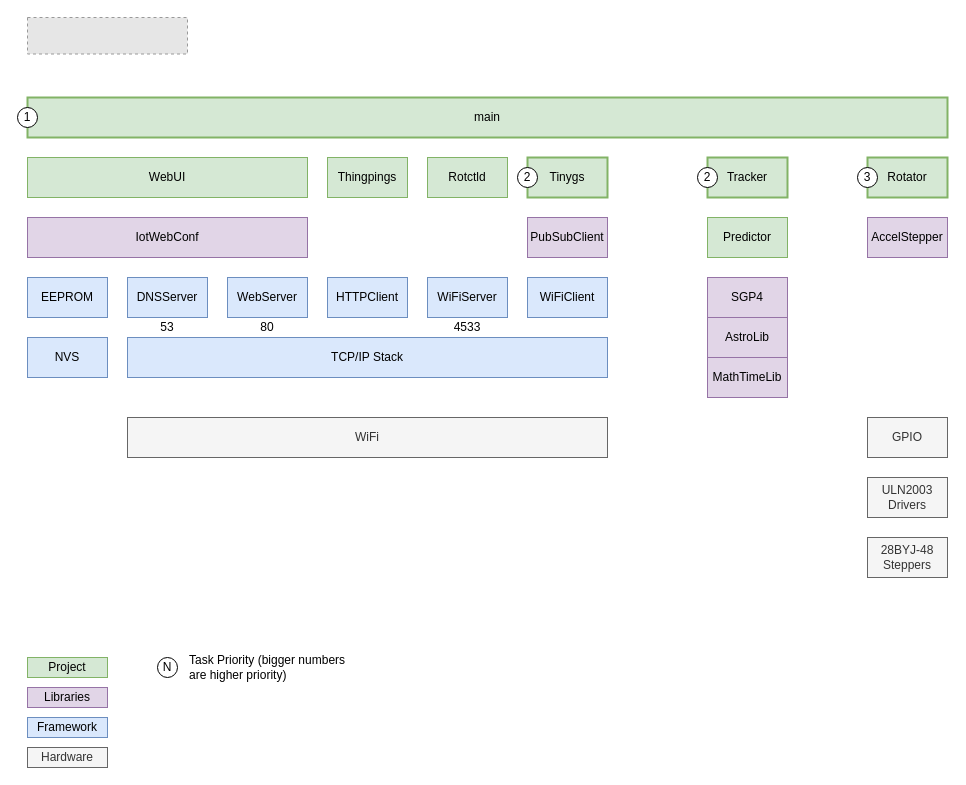
Before: assets/architecture.drawio in mdkendall/Orbitrakr, a draw.io diagram. Source tidied: cells renumbered, new cells numbered last; positions are measured from the earlier drawing's top-left corner, leaving out a move shared by most shapes. Both pictures are drawn from the tidied source at 100%, with x=0, y=0 at pixel (17, 17). Pictures stored in the file or linked from it are replaced by grey dashed boxes.
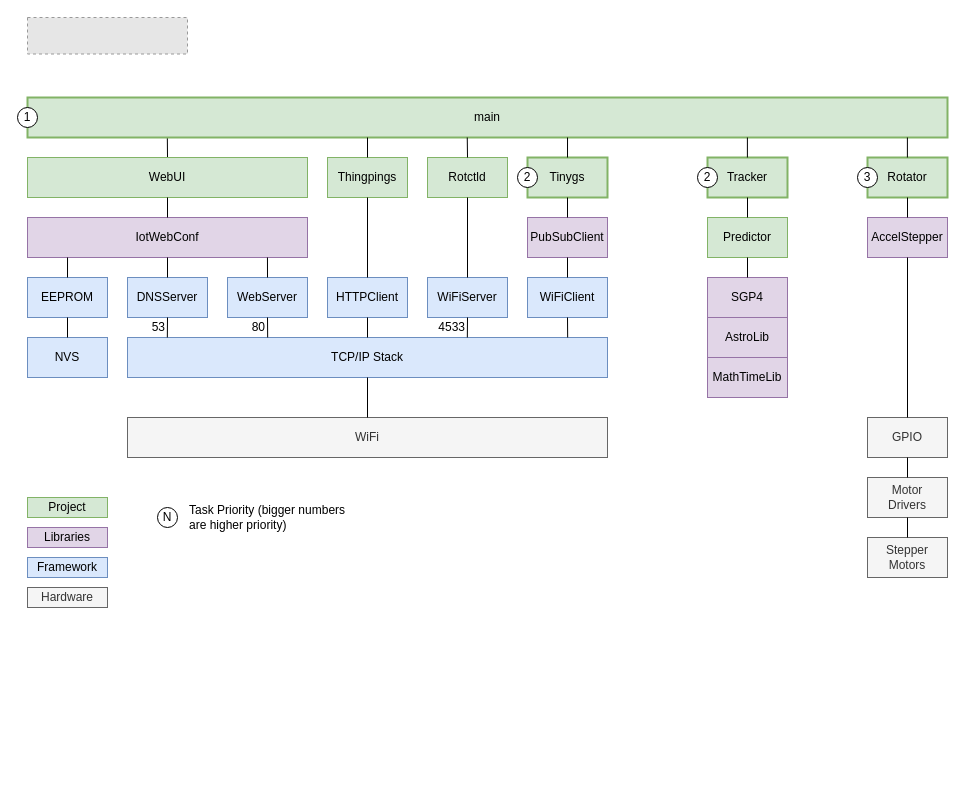
The same page after the edit.

The change refers to these unchanged cells:
```xml
<mxCell id="2" value="main" style="rounded=0;whiteSpace=wrap;html=1;fillColor=#d5e8d4;strokeColor=#82b366;strokeWidth=2;" parent="1" vertex="1">
  <mxGeometry x="10" y="80" width="920" height="40" as="geometry" />
</mxCell>
<mxCell id="3" value="WebUI" style="rounded=0;whiteSpace=wrap;html=1;fillColor=#d5e8d4;strokeColor=#82b366;" parent="1" vertex="1">
  <mxGeometry x="10" y="140" width="280" height="40" as="geometry" />
</mxCell>
<mxCell id="4" value="IotWebConf" style="rounded=0;whiteSpace=wrap;html=1;fillColor=#e1d5e7;strokeColor=#9673a6;" parent="1" vertex="1">
  <mxGeometry x="10" y="200" width="280" height="40" as="geometry" />
</mxCell>
<mxCell id="5" value="DNSServer" style="rounded=0;whiteSpace=wrap;html=1;fillColor=#dae8fc;strokeColor=#6c8ebf;" parent="1" vertex="1">
  <mxGeometry x="110" y="260" width="80" height="40" as="geometry" />
</mxCell>
<mxCell id="6" value="WebServer" style="rounded=0;whiteSpace=wrap;html=1;fillColor=#dae8fc;strokeColor=#6c8ebf;" parent="1" vertex="1">
  <mxGeometry x="210" y="260" width="80" height="40" as="geometry" />
</mxCell>
<mxCell id="8" value="WiFi" style="rounded=0;whiteSpace=wrap;html=1;fillColor=#f5f5f5;strokeColor=#666666;fontColor=#333333;" parent="1" vertex="1">
  <mxGeometry x="110" y="400" width="480" height="40" as="geometry" />
</mxCell>
<mxCell id="9" value="TCP/IP Stack" style="rounded=0;whiteSpace=wrap;html=1;fillColor=#dae8fc;strokeColor=#6c8ebf;" parent="1" vertex="1">
  <mxGeometry x="110" y="320" width="480" height="40" as="geometry" />
</mxCell>
<mxCell id="12" value="GPIO" style="rounded=0;whiteSpace=wrap;html=1;fillColor=#f5f5f5;strokeColor=#666666;fontColor=#333333;" parent="1" vertex="1">
  <mxGeometry x="850" y="400" width="80" height="40" as="geometry" />
</mxCell>
<mxCell id="13" value="AccelStepper" style="rounded=0;whiteSpace=wrap;html=1;fillColor=#e1d5e7;strokeColor=#9673a6;" parent="1" vertex="1">
  <mxGeometry x="850" y="200" width="80" height="40" as="geometry" />
</mxCell>
<mxCell id="14" value="Rotator" style="rounded=0;whiteSpace=wrap;html=1;fillColor=#d5e8d4;strokeColor=#82b366;strokeWidth=2;" parent="1" vertex="1">
  <mxGeometry x="850" y="140" width="80" height="40" as="geometry" />
</mxCell>
<mxCell id="19" value="Rotctld" style="rounded=0;whiteSpace=wrap;html=1;fillColor=#d5e8d4;strokeColor=#82b366;" parent="1" vertex="1">
  <mxGeometry x="410" y="140" width="80" height="40" as="geometry" />
</mxCell>
<mxCell id="20" value="WiFiServer" style="rounded=0;whiteSpace=wrap;html=1;fillColor=#dae8fc;strokeColor=#6c8ebf;" parent="1" vertex="1">
  <mxGeometry x="410" y="260" width="80" height="40" as="geometry" />
</mxCell>
<mxCell id="24" value="SGP4" style="rounded=0;whiteSpace=wrap;html=1;fillColor=#e1d5e7;strokeColor=#9673a6;" parent="1" vertex="1">
  <mxGeometry x="690" y="260" width="80" height="40" as="geometry" />
</mxCell>
<mxCell id="25" value="Predictor" style="rounded=0;whiteSpace=wrap;html=1;fillColor=#d5e8d4;strokeColor=#82b366;" parent="1" vertex="1">
  <mxGeometry x="690" y="200" width="80" height="40" as="geometry" />
</mxCell>
<mxCell id="26" value="Thingpings" style="rounded=0;whiteSpace=wrap;html=1;fillColor=#d5e8d4;strokeColor=#82b366;" parent="1" vertex="1">
  <mxGeometry x="310" y="140" width="80" height="40" as="geometry" />
</mxCell>
<mxCell id="27" value="HTTPClient" style="rounded=0;whiteSpace=wrap;html=1;fillColor=#dae8fc;strokeColor=#6c8ebf;" parent="1" vertex="1">
  <mxGeometry x="310" y="260" width="80" height="40" as="geometry" />
</mxCell>
<mxCell id="28" value="Tracker" style="rounded=0;whiteSpace=wrap;html=1;fillColor=#d5e8d4;strokeColor=#82b366;strokeWidth=2;" parent="1" vertex="1">
  <mxGeometry x="690" y="140" width="80" height="40" as="geometry" />
</mxCell>
<mxCell id="32" value="EEPROM" style="rounded=0;whiteSpace=wrap;html=1;fillColor=#dae8fc;strokeColor=#6c8ebf;" parent="1" vertex="1">
  <mxGeometry x="10" y="260" width="80" height="40" as="geometry" />
</mxCell>
<mxCell id="33" value="NVS" style="rounded=0;whiteSpace=wrap;html=1;fillColor=#dae8fc;strokeColor=#6c8ebf;" parent="1" vertex="1">
  <mxGeometry x="10" y="320" width="80" height="40" as="geometry" />
</mxCell>
<mxCell id="37" value="Tinygs" style="rounded=0;whiteSpace=wrap;html=1;fillColor=#d5e8d4;strokeColor=#82b366;strokeWidth=2;" parent="1" vertex="1">
  <mxGeometry x="510" y="140" width="80" height="40" as="geometry" />
</mxCell>
<mxCell id="39" value="PubSubClient" style="rounded=0;whiteSpace=wrap;html=1;fillColor=#e1d5e7;strokeColor=#9673a6;" parent="1" vertex="1">
  <mxGeometry x="510" y="200" width="80" height="40" as="geometry" />
</mxCell>
<mxCell id="40" value="WiFiClient" style="rounded=0;whiteSpace=wrap;html=1;fillColor=#dae8fc;strokeColor=#6c8ebf;" parent="1" vertex="1">
  <mxGeometry x="510" y="260" width="80" height="40" as="geometry" />
</mxCell>
```

The edit, as a diff of the source:
```diff
@@
+    <mxCell id="42" style="endArrow=none;html=1;rounded=0;entryX=0.5;entryY=0;entryDx=0;entryDy=0;exitX=0.152;exitY=1;exitDx=0;exitDy=0;exitPerimeter=0;" parent="1" edge="1" source="2" target="3">
+      <mxGeometry relative="1" as="geometry" />
+    </mxCell>
@@
-    <mxCell id="10" value="ULN2003 Drivers" style="rounded=0;whiteSpace=wrap;html=1;fillColor=#f5f5f5;strokeColor=#666666;fontColor=#333333;" parent="1" vertex="1">
+    <mxCell id="10" value="Motor&lt;br&gt;Drivers" style="rounded=0;whiteSpace=wrap;html=1;fillColor=#f5f5f5;strokeColor=#666666;fontColor=#333333;" parent="1" vertex="1">
       <mxGeometry x="850" y="460" width="80" height="40" as="geometry" />
     </mxCell>
-    <mxCell id="11" value="28BYJ-48 Steppers" style="rounded=0;whiteSpace=wrap;html=1;fillColor=#f5f5f5;strokeColor=#666666;fontColor=#333333;" parent="1" vertex="1">
+    <mxCell id="11" value="Stepper&lt;br&gt;Motors" style="rounded=0;whiteSpace=wrap;html=1;fillColor=#f5f5f5;strokeColor=#666666;fontColor=#333333;" parent="1" vertex="1">
       <mxGeometry x="850" y="520" width="80" height="40" as="geometry" />
     </mxCell>
@@
     <mxCell id="15" value="Project" style="text;html=1;strokeColor=#82b366;fillColor=#d5e8d4;align=center;verticalAlign=middle;whiteSpace=wrap;rounded=0;" parent="1" vertex="1">
-      <mxGeometry x="10" y="640" width="80" height="20" as="geometry" />
+      <mxGeometry x="10" y="480" width="80" height="20" as="geometry" />
     </mxCell>
     <mxCell id="16" value="Libraries" style="text;html=1;strokeColor=#9673a6;fillColor=#e1d5e7;align=center;verticalAlign=middle;whiteSpace=wrap;rounded=0;" parent="1" vertex="1">
-      <mxGeometry x="10" y="670" width="80" height="20" as="geometry" />
+      <mxGeometry x="10" y="510" width="80" height="20" as="geometry" />
     </mxCell>
     <mxCell id="17" value="Framework" style="text;html=1;strokeColor=#6c8ebf;fillColor=#dae8fc;align=center;verticalAlign=middle;whiteSpace=wrap;rounded=0;" parent="1" vertex="1">
-      <mxGeometry x="10" y="700" width="80" height="20" as="geometry" />
+      <mxGeometry x="10" y="540" width="80" height="20" as="geometry" />
     </mxCell>
     <mxCell id="18" value="Hardware" style="text;html=1;strokeColor=#666666;fillColor=#f5f5f5;align=center;verticalAlign=middle;whiteSpace=wrap;rounded=0;fontColor=#333333;" parent="1" vertex="1">
-      <mxGeometry x="10" y="730" width="80" height="20" as="geometry" />
+      <mxGeometry x="10" y="570" width="80" height="20" as="geometry" />
     </mxCell>
@@
-    <mxCell id="21" value="80" style="text;html=1;strokeColor=none;fillColor=none;align=center;verticalAlign=middle;whiteSpace=wrap;rounded=0;" parent="1" vertex="1">
-      <mxGeometry x="230" y="300" width="40" height="20" as="geometry" />
+    <mxCell id="21" value="80" style="text;html=1;strokeColor=none;fillColor=none;align=right;verticalAlign=middle;whiteSpace=wrap;rounded=0;" parent="1" vertex="1">
+      <mxGeometry x="210" y="300" width="40" height="20" as="geometry" />
     </mxCell>
-    <mxCell id="22" value="4533" style="text;html=1;strokeColor=none;fillColor=none;align=center;verticalAlign=middle;whiteSpace=wrap;rounded=0;" parent="1" vertex="1">
-      <mxGeometry x="430" y="300" width="40" height="20" as="geometry" />
+    <mxCell id="22" value="4533" style="text;html=1;strokeColor=none;fillColor=none;align=right;verticalAlign=middle;whiteSpace=wrap;rounded=0;" parent="1" vertex="1">
+      <mxGeometry x="410" y="300" width="40" height="20" as="geometry" />
     </mxCell>
-    <mxCell id="23" value="53" style="text;html=1;strokeColor=none;fillColor=none;align=center;verticalAlign=middle;whiteSpace=wrap;rounded=0;" parent="1" vertex="1">
-      <mxGeometry x="130" y="300" width="40" height="20" as="geometry" />
+    <mxCell id="23" value="53" style="text;html=1;strokeColor=none;fillColor=none;align=right;verticalAlign=middle;whiteSpace=wrap;rounded=0;" parent="1" vertex="1">
+      <mxGeometry x="110" y="300" width="40" height="20" as="geometry" />
     </mxCell>
@@
     <mxCell id="35" value="N" style="ellipse;whiteSpace=wrap;html=1;" parent="1" vertex="1">
-      <mxGeometry x="140" y="640" width="20" height="20" as="geometry" />
+      <mxGeometry x="140" y="490" width="20" height="20" as="geometry" />
     </mxCell>
     <mxCell id="36" value="Task Priority (bigger numbers are higher priority)" style="text;html=1;strokeColor=none;fillColor=none;align=left;verticalAlign=middle;whiteSpace=wrap;rounded=0;" parent="1" vertex="1">
-      <mxGeometry x="170" y="630" width="160" height="40" as="geometry" />
+      <mxGeometry x="170" y="480" width="160" height="40" as="geometry" />
     </mxCell>
@@
+    <mxCell id="43" style="endArrow=none;html=1;rounded=0;entryX=0.5;entryY=1;entryDx=0;entryDy=0;exitX=0.5;exitY=0;exitDx=0;exitDy=0;" parent="1" edge="1" source="4" target="3">
+      <mxGeometry relative="1" as="geometry" />
+    </mxCell>
+    <mxCell id="44" style="endArrow=none;html=1;rounded=0;exitX=0.5;exitY=0;exitDx=0;exitDy=0;entryX=0.143;entryY=1;entryDx=0;entryDy=0;entryPerimeter=0;" parent="1" edge="1" source="32" target="4">
+      <mxGeometry relative="1" as="geometry" />
+    </mxCell>
+    <mxCell id="45" style="endArrow=none;html=1;rounded=0;entryX=0.5;entryY=1;entryDx=0;entryDy=0;exitX=0.5;exitY=0;exitDx=0;exitDy=0;" parent="1" edge="1" source="5" target="4">
+      <mxGeometry relative="1" as="geometry" />
+    </mxCell>
+    <mxCell id="46" style="endArrow=none;html=1;rounded=0;entryX=0.857;entryY=1;entryDx=0;entryDy=0;exitX=0.5;exitY=0;exitDx=0;exitDy=0;entryPerimeter=0;" parent="1" edge="1" source="6" target="4">
+      <mxGeometry relative="1" as="geometry" />
+    </mxCell>
+    <mxCell id="47" style="endArrow=none;html=1;rounded=0;exitX=0.5;exitY=0;exitDx=0;exitDy=0;entryX=0.5;entryY=1;entryDx=0;entryDy=0;" parent="1" edge="1" source="33" target="32">
+      <mxGeometry relative="1" as="geometry" />
+    </mxCell>
+    <mxCell id="48" style="endArrow=none;html=1;rounded=0;entryX=0.5;entryY=1;entryDx=0;entryDy=0;exitX=0.083;exitY=0;exitDx=0;exitDy=0;exitPerimeter=0;" parent="1" edge="1" source="9" target="5">
+      <mxGeometry relative="1" as="geometry" />
+    </mxCell>
+    <mxCell id="49" style="endArrow=none;html=1;rounded=0;entryX=0.5;entryY=1;entryDx=0;entryDy=0;exitX=0.292;exitY=0;exitDx=0;exitDy=0;exitPerimeter=0;" parent="1" edge="1" source="9" target="6">
+      <mxGeometry relative="1" as="geometry" />
+    </mxCell>
+    <mxCell id="50" style="endArrow=none;html=1;rounded=0;exitX=0.5;exitY=0;exitDx=0;exitDy=0;entryX=0.5;entryY=1;entryDx=0;entryDy=0;" parent="1" edge="1" source="9" target="27">
+      <mxGeometry relative="1" as="geometry" />
+    </mxCell>
+    <mxCell id="51" style="endArrow=none;html=1;rounded=0;exitX=0.708;exitY=0;exitDx=0;exitDy=0;exitPerimeter=0;entryX=0.5;entryY=1;entryDx=0;entryDy=0;" parent="1" edge="1" source="9" target="20">
+      <mxGeometry relative="1" as="geometry" />
+    </mxCell>
+    <mxCell id="52" style="endArrow=none;html=1;rounded=0;entryX=0.5;entryY=1;entryDx=0;entryDy=0;exitX=0.917;exitY=0;exitDx=0;exitDy=0;exitPerimeter=0;" parent="1" edge="1" source="9" target="40">
+      <mxGeometry relative="1" as="geometry" />
+    </mxCell>
+    <mxCell id="53" style="endArrow=none;html=1;rounded=0;entryX=0.5;entryY=0;entryDx=0;entryDy=0;exitX=0.5;exitY=1;exitDx=0;exitDy=0;" parent="1" edge="1" source="39" target="40">
+      <mxGeometry relative="1" as="geometry" />
+    </mxCell>
+    <mxCell id="54" style="endArrow=none;html=1;rounded=0;entryX=0.5;entryY=1;entryDx=0;entryDy=0;exitX=0.5;exitY=0;exitDx=0;exitDy=0;" parent="1" edge="1" source="39" target="37">
+      <mxGeometry relative="1" as="geometry" />
+    </mxCell>
+    <mxCell id="55" style="endArrow=none;html=1;rounded=0;entryX=0.5;entryY=1;entryDx=0;entryDy=0;exitX=0.5;exitY=0;exitDx=0;exitDy=0;" parent="1" edge="1" source="20" target="19">
+      <mxGeometry relative="1" as="geometry" />
+    </mxCell>
+    <mxCell id="56" style="endArrow=none;html=1;rounded=0;entryX=0.5;entryY=1;entryDx=0;entryDy=0;exitX=0.5;exitY=0;exitDx=0;exitDy=0;" parent="1" edge="1" source="27" target="26">
+      <mxGeometry relative="1" as="geometry" />
+    </mxCell>
+    <mxCell id="57" style="endArrow=none;html=1;rounded=0;exitX=0.5;exitY=0;exitDx=0;exitDy=0;" parent="1" edge="1" source="26">
+      <mxGeometry relative="1" as="geometry">
+        <mxPoint x="350" y="120" as="targetPoint" />
+      </mxGeometry>
+    </mxCell>
+    <mxCell id="58" style="endArrow=none;html=1;rounded=0;exitX=0.5;exitY=0;exitDx=0;exitDy=0;entryX=0.478;entryY=1;entryDx=0;entryDy=0;entryPerimeter=0;" parent="1" edge="1" source="19" target="2">
+      <mxGeometry relative="1" as="geometry" />
+    </mxCell>
+    <mxCell id="59" style="endArrow=none;html=1;rounded=0;exitX=0.5;exitY=0;exitDx=0;exitDy=0;entryX=0.587;entryY=1;entryDx=0;entryDy=0;entryPerimeter=0;" parent="1" edge="1" source="37" target="2">
+      <mxGeometry relative="1" as="geometry" />
+    </mxCell>
+    <mxCell id="60" style="endArrow=none;html=1;rounded=0;entryX=0.5;entryY=1;entryDx=0;entryDy=0;exitX=0.5;exitY=0;exitDx=0;exitDy=0;" parent="1" edge="1" source="25" target="28">
+      <mxGeometry relative="1" as="geometry" />
+    </mxCell>
+    <mxCell id="61" style="endArrow=none;html=1;rounded=0;exitX=0.5;exitY=0;exitDx=0;exitDy=0;" parent="1" edge="1" source="24">
+      <mxGeometry relative="1" as="geometry">
+        <mxPoint x="730" y="240" as="targetPoint" />
+      </mxGeometry>
+    </mxCell>
+    <mxCell id="62" style="endArrow=none;html=1;rounded=0;entryX=0.5;entryY=1;entryDx=0;entryDy=0;exitX=0.5;exitY=0;exitDx=0;exitDy=0;" parent="1" edge="1">
+      <mxGeometry relative="1" as="geometry">
+        <mxPoint x="729.9" y="140" as="sourcePoint" />
+        <mxPoint x="729.9" y="120" as="targetPoint" />
+      </mxGeometry>
+    </mxCell>
+    <mxCell id="63" style="endArrow=none;html=1;rounded=0;entryX=0.5;entryY=1;entryDx=0;entryDy=0;exitX=0.5;exitY=0;exitDx=0;exitDy=0;" parent="1" edge="1">
+      <mxGeometry relative="1" as="geometry">
+        <mxPoint x="889.9" y="140" as="sourcePoint" />
+        <mxPoint x="889.9" y="120" as="targetPoint" />
+      </mxGeometry>
+    </mxCell>
+    <mxCell id="64" style="endArrow=none;html=1;rounded=0;exitX=0.5;exitY=0;exitDx=0;exitDy=0;entryX=0.5;entryY=1;entryDx=0;entryDy=0;" parent="1" edge="1" source="13" target="14">
+      <mxGeometry relative="1" as="geometry" />
+    </mxCell>
+    <mxCell id="65" style="endArrow=none;html=1;rounded=0;entryX=0.5;entryY=1;entryDx=0;entryDy=0;exitX=0.5;exitY=0;exitDx=0;exitDy=0;" parent="1" edge="1" source="12" target="13">
+      <mxGeometry relative="1" as="geometry" />
+    </mxCell>
+    <mxCell id="66" style="endArrow=none;html=1;rounded=0;exitX=0.5;exitY=0;exitDx=0;exitDy=0;entryX=0.5;entryY=1;entryDx=0;entryDy=0;" parent="1" edge="1" source="10" target="12">
+      <mxGeometry relative="1" as="geometry" />
+    </mxCell>
+    <mxCell id="67" style="endArrow=none;html=1;rounded=0;exitX=0.5;exitY=0;exitDx=0;exitDy=0;entryX=0.5;entryY=1;entryDx=0;entryDy=0;" parent="1" edge="1" source="11" target="10">
+      <mxGeometry relative="1" as="geometry" />
+    </mxCell>
+    <mxCell id="68" style="endArrow=none;html=1;rounded=0;exitX=0.5;exitY=0;exitDx=0;exitDy=0;entryX=0.5;entryY=1;entryDx=0;entryDy=0;" parent="1" edge="1" source="8" target="9">
+      <mxGeometry relative="1" as="geometry" />
+    </mxCell>
```
